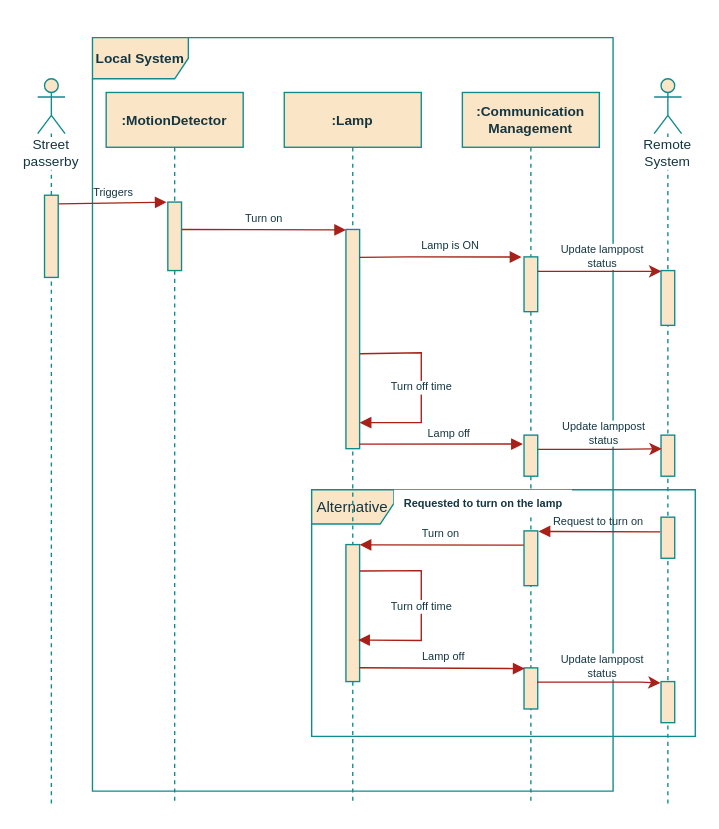
The draw.io diagram page "LS_SeqDiagram" (2 of 10) of project/report/flowcharts/LocalSystem.drawio in ESRGgroup9/slipad, before the edit. Source tidied: cells renumbered, new cells numbered last; positions are measured from the earlier drawing's top-left corner, leaving out a move shared by most shapes. Both pictures are drawn from the tidied source at 137%, with x=0, y=0 at pixel (37, 37).
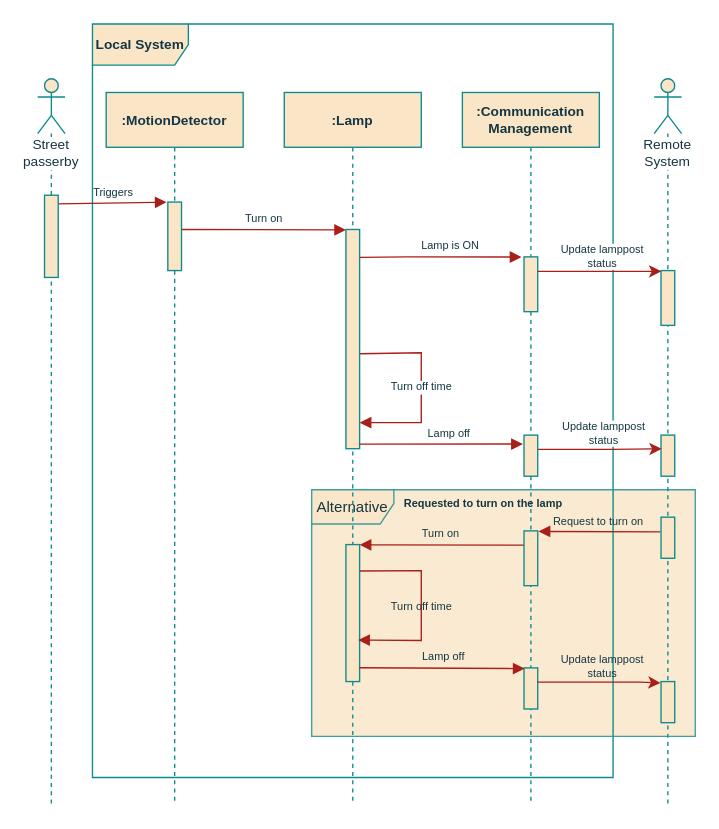
After the change.

Unchanged cells that the change refers to:
```xml
<mxCell id="3" value=":Lamp" style="shape=umlLifeline;perimeter=lifelinePerimeter;whiteSpace=wrap;html=1;fillColor=#FAE5C7;strokeColor=#0F8B8D;fontColor=#143642;fontSize=10;fontStyle=1;" parent="1" vertex="1">
  <mxGeometry x="180" y="40" width="100" height="520" as="geometry" />
</mxCell>
<mxCell id="12" style="html=1;points=[];perimeter=orthogonalPerimeter;fillColor=#FAE5C7;strokeColor=#0F8B8D;fontColor=#143642;" parent="9" vertex="1">
  <mxGeometry x="45" y="420" width="10" height="30" as="geometry" />
</mxCell>
<mxCell id="22" style="html=1;points=[];perimeter=orthogonalPerimeter;fillColor=#FAE5C7;strokeColor=#0F8B8D;fontColor=#143642;" parent="20" vertex="1">
  <mxGeometry x="5" y="440" width="10" height="30" as="geometry" />
</mxCell>
```

What changed in the source:
```diff
@@
-    <mxCell id="2" value="&lt;font style=&quot;font-size: 11px&quot;&gt;Alternative&lt;/font&gt;" style="shape=umlFrame;whiteSpace=wrap;html=1;width=60;height=25;fillColor=#FAE5C7;strokeColor=#0F8B8D;fontColor=#143642;" parent="1" vertex="1">
+    <mxCell id="2" value="&lt;font style=&quot;font-size: 11px&quot;&gt;Alternative&lt;/font&gt;" style="shape=umlFrame;whiteSpace=wrap;html=1;width=60;height=25;fillColor=#FAE5C7;strokeColor=#0F8B8D;fontColor=#143642;swimlaneFillColor=#FAE5C7;opacity=80;" parent="1" vertex="1">
       <mxGeometry x="200" y="330" width="280" height="180" as="geometry" />
     </mxCell>
@@
-    <mxCell id="8" value="Turn off time" style="html=1;verticalAlign=bottom;endArrow=block;rounded=0;fontSize=8;labelBackgroundColor=default;strokeColor=#A8201A;fontColor=#143642;labelBorderColor=none;entryX=0.886;entryY=1.005;entryDx=0;entryDy=0;entryPerimeter=0;exitX=1.029;exitY=0.645;exitDx=0;exitDy=0;exitPerimeter=0;" parent="3" edge="1">
+    <mxCell id="8" value="Turn off time" style="html=1;verticalAlign=bottom;endArrow=block;rounded=0;fontSize=8;labelBackgroundColor=none;strokeColor=#A8201A;fontColor=#143642;labelBorderColor=none;entryX=0.886;entryY=1.005;entryDx=0;entryDy=0;entryPerimeter=0;exitX=1.029;exitY=0.645;exitDx=0;exitDy=0;exitPerimeter=0;" parent="3" edge="1">
       <mxGeometry x="0.11" relative="1" as="geometry">
         <mxPoint x="55.3" y="349.3" as="sourcePoint" />
         <mxPoint x="53.9" y="399.7" as="targetPoint" />
         <Array as="points">
           <mxPoint x="100" y="349" />
           <mxPoint x="100" y="400" />
         </Array>
       </mxGeometry>
     </mxCell>
@@
     <mxCell id="13" value="&lt;span style=&quot;font-size: 10px;&quot;&gt;&lt;b style=&quot;font-size: 10px;&quot;&gt;Local System&lt;/b&gt;&lt;/span&gt;" style="shape=umlFrame;whiteSpace=wrap;html=1;width=70;height=30;fillColor=#FAE5C7;strokeColor=#0F8B8D;fontColor=#143642;fontSize=10;fontStyle=0;" parent="1" vertex="1">
-      <mxGeometry x="40" width="380" height="550" as="geometry" />
+      <mxGeometry x="40" y="-10" width="380" height="550" as="geometry" />
     </mxCell>
@@
-    <mxCell id="27" value="&lt;div&gt;&lt;b&gt;Requested to turn on the lamp&lt;/b&gt;&lt;/div&gt;" style="text;html=1;align=center;verticalAlign=middle;strokeColor=none;fillColor=default;fontSize=8;fontColor=#143642;" parent="1" vertex="1">
+    <mxCell id="27" value="&lt;div&gt;&lt;b&gt;Requested to turn on the lamp&lt;/b&gt;&lt;/div&gt;" style="text;html=1;align=center;verticalAlign=middle;strokeColor=none;fillColor=none;fontSize=8;fontColor=#143642;" parent="1" vertex="1">
       <mxGeometry x="260" y="330" width="130" height="20" as="geometry" />
     </mxCell>
@@
-    <mxCell id="30" value="&lt;div&gt;Update lamppost&lt;/div&gt;&lt;div&gt;status&lt;/div&gt;" style="edgeStyle=orthogonalEdgeStyle;rounded=0;sketch=0;jettySize=auto;html=1;labelBackgroundColor=default;labelBorderColor=none;fontColor=#143642;strokeColor=#A8201A;fillColor=#FAE5C7;fontSize=8;exitX=0.951;exitY=0.346;exitDx=0;exitDy=0;exitPerimeter=0;entryX=-0.033;entryY=0.033;entryDx=0;entryDy=0;entryPerimeter=0;" parent="1" edge="1" source="12" target="22">
+    <mxCell id="30" value="&lt;div&gt;Update lamppost&lt;/div&gt;&lt;div&gt;status&lt;/div&gt;" style="edgeStyle=orthogonalEdgeStyle;rounded=0;sketch=0;jettySize=auto;html=1;labelBackgroundColor=none;labelBorderColor=none;fontColor=#143642;strokeColor=#A8201A;fillColor=#FAE5C7;fontSize=8;exitX=0.951;exitY=0.346;exitDx=0;exitDy=0;exitPerimeter=0;entryX=-0.033;entryY=0.033;entryDx=0;entryDy=0;entryPerimeter=0;" parent="1" edge="1" source="12" target="22">
       <mxGeometry x="0.05" y="11" relative="1" as="geometry">
         <Array as="points">
           <mxPoint x="440" y="470" />
         </Array>
       </mxGeometry>
     </mxCell>
```
